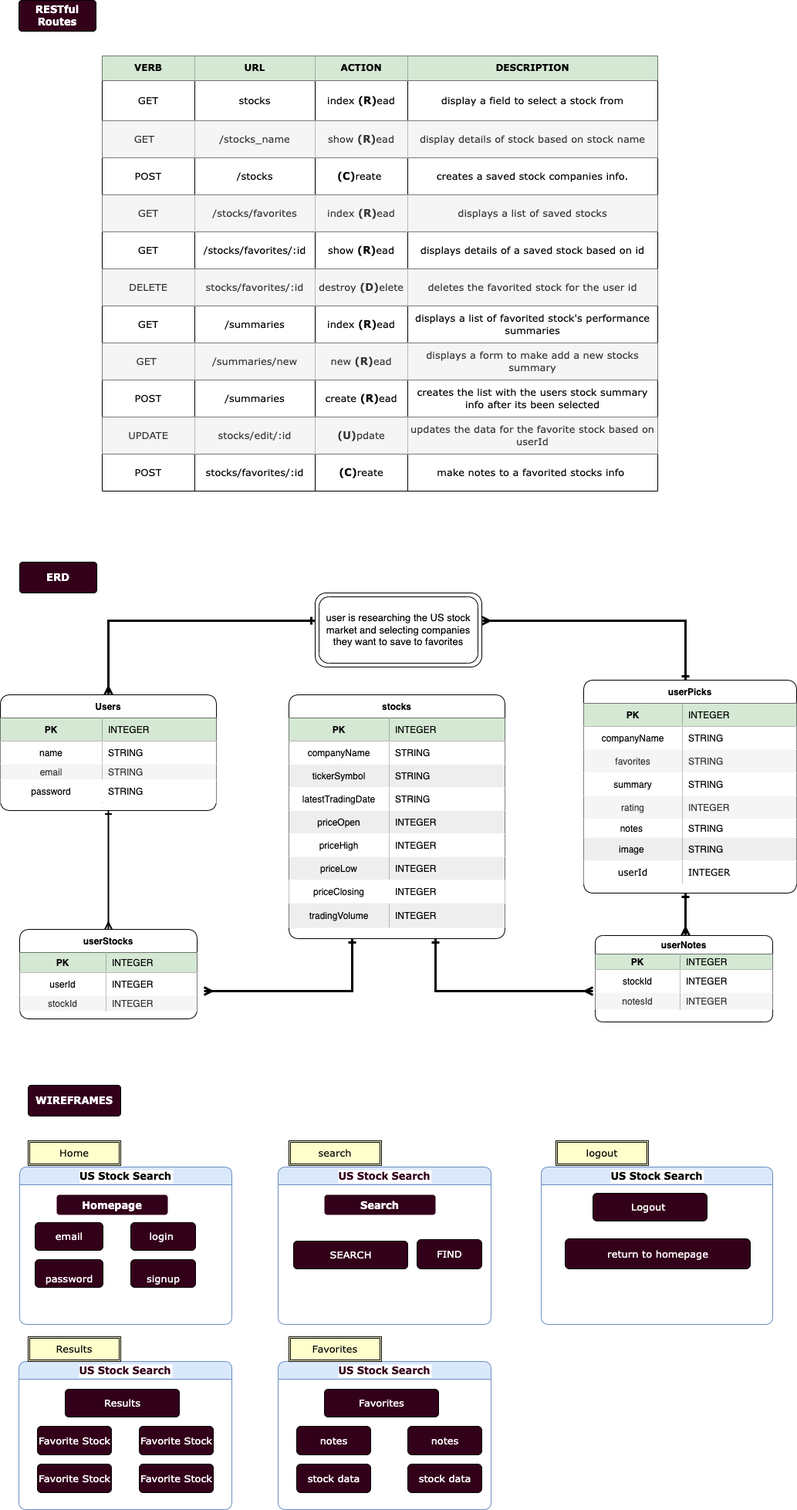
Earlier version of the draw.io export ERD.drawio.png (Professorsurf/Project-2). Source tidied: cells renumbered, new cells last; positions are measured from the earlier drawing's top-left corner, leaving out a move shared by most shapes.
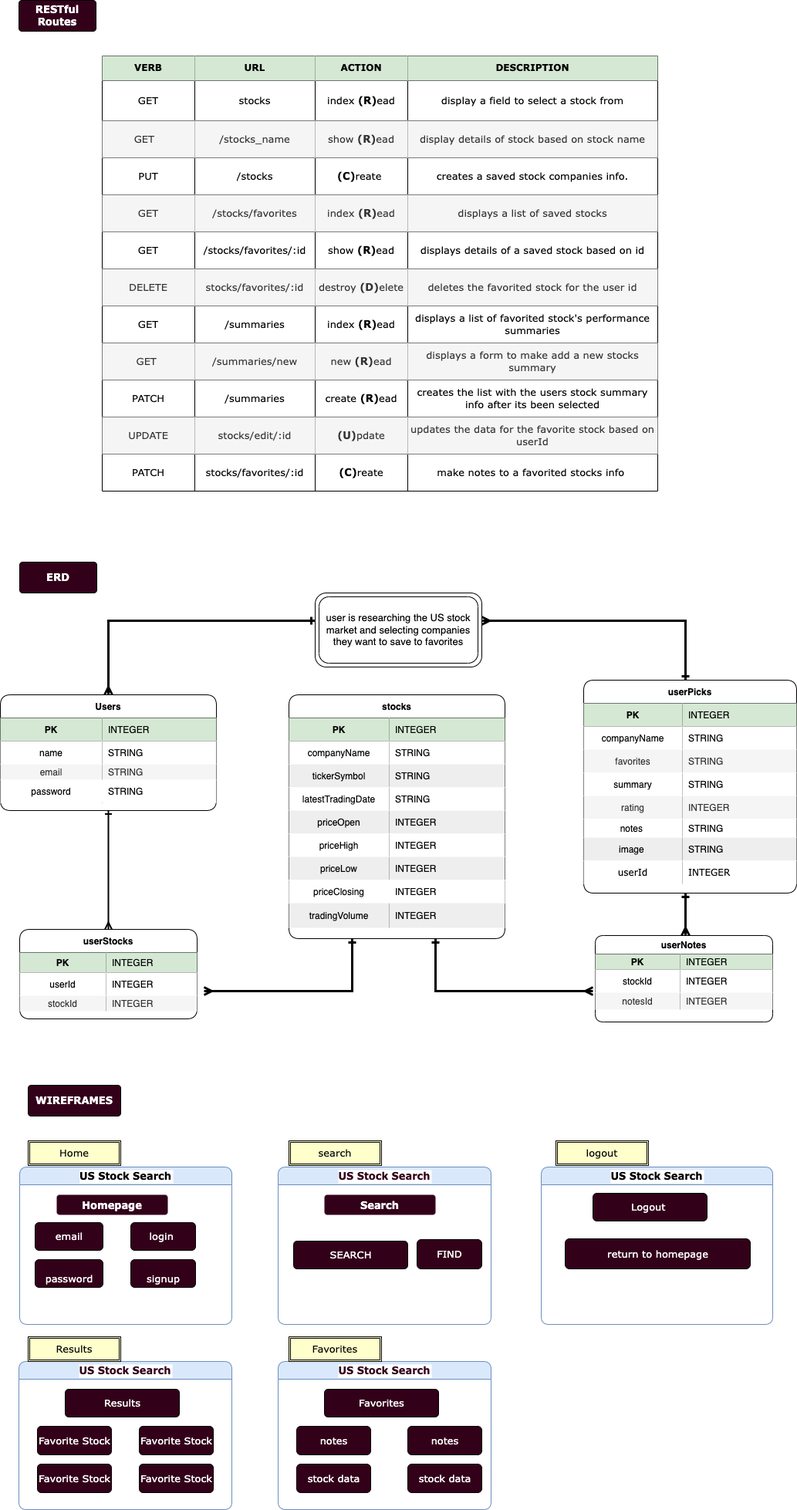
The same file after the commit.

Change to the diagram source:
```diff
@@ -359,7 +359,7 @@
     <mxCell id="111" style="shape=tableRow;horizontal=0;startSize=0;swimlaneHead=0;swimlaneBody=0;top=0;left=0;bottom=0;right=0;fillColor=none;rounded=1;shadow=0;" parent="95" vertex="1">
       <mxGeometry y="132" width="720" height="48" as="geometry" />
     </mxCell>
-    <mxCell id="112" value="POST" style="shape=partialRectangle;html=1;whiteSpace=wrap;fillColor=none;top=0;left=0;bottom=0;right=0;overflow=hidden;rounded=1;shadow=0;fontFamily=Verdana;fontSize=13;" parent="111" vertex="1">
+    <mxCell id="112" value="PUT" style="shape=partialRectangle;html=1;whiteSpace=wrap;fillColor=none;top=0;left=0;bottom=0;right=0;overflow=hidden;rounded=1;shadow=0;fontFamily=Verdana;fontSize=13;" parent="111" vertex="1">
       <mxGeometry width="120" height="48" as="geometry" />
     </mxCell>
     <mxCell id="113" value="/stocks" style="shape=partialRectangle;html=1;whiteSpace=wrap;fillColor=none;top=0;left=0;bottom=0;right=0;overflow=hidden;rounded=1;shadow=0;fontFamily=Verdana;fontSize=13;" parent="111" vertex="1">
@@ -449,7 +449,7 @@
     <mxCell id="141" style="shape=tableRow;horizontal=0;startSize=0;swimlaneHead=0;swimlaneBody=0;top=0;left=0;bottom=0;right=0;fillColor=none;rounded=1;shadow=0;" parent="95" vertex="1">
       <mxGeometry y="420" width="720" height="48" as="geometry" />
     </mxCell>
-    <mxCell id="142" value="POST" style="shape=partialRectangle;html=1;whiteSpace=wrap;fillColor=none;top=0;left=0;bottom=0;right=0;overflow=hidden;rounded=1;shadow=0;fontFamily=Verdana;fontSize=13;" parent="141" vertex="1">
+    <mxCell id="142" value="PATCH" style="shape=partialRectangle;html=1;whiteSpace=wrap;fillColor=none;top=0;left=0;bottom=0;right=0;overflow=hidden;rounded=1;shadow=0;fontFamily=Verdana;fontSize=13;" parent="141" vertex="1">
       <mxGeometry width="120" height="48" as="geometry" />
     </mxCell>
     <mxCell id="143" value="/summaries" style="shape=partialRectangle;html=1;whiteSpace=wrap;fillColor=none;top=0;left=0;bottom=0;right=0;overflow=hidden;rounded=1;shadow=0;fontFamily=Verdana;fontSize=13;" parent="141" vertex="1">
@@ -479,7 +479,7 @@
     <mxCell id="151" style="shape=tableRow;horizontal=0;startSize=0;swimlaneHead=0;swimlaneBody=0;top=0;left=0;bottom=0;right=0;fillColor=none;rounded=1;shadow=0;" parent="95" vertex="1">
       <mxGeometry y="516" width="720" height="48" as="geometry" />
     </mxCell>
-    <mxCell id="152" value="POST" style="shape=partialRectangle;html=1;whiteSpace=wrap;fillColor=none;top=0;left=0;bottom=0;right=0;overflow=hidden;rounded=1;shadow=0;fontFamily=Verdana;fontSize=13;" parent="151" vertex="1">
+    <mxCell id="152" value="PATCH" style="shape=partialRectangle;html=1;whiteSpace=wrap;fillColor=none;top=0;left=0;bottom=0;right=0;overflow=hidden;rounded=1;shadow=0;fontFamily=Verdana;fontSize=13;" parent="151" vertex="1">
       <mxGeometry width="120" height="48" as="geometry" />
     </mxCell>
     <mxCell id="153" value="stocks/favorites/:id" style="shape=partialRectangle;html=1;whiteSpace=wrap;fillColor=none;top=0;left=0;bottom=0;right=0;overflow=hidden;rounded=1;shadow=0;fontFamily=Verdana;fontSize=13;" parent="151" vertex="1">
```
